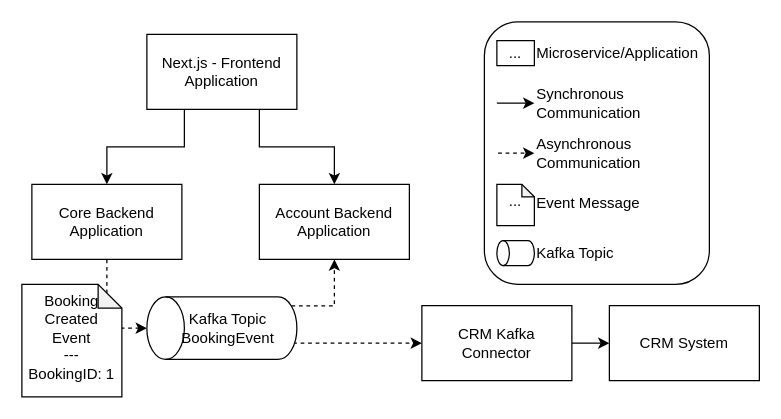
This is assets/drawio/car-services-architecture-overview.drawio from steffenmueller4/steffenmueller4.github.io, a draw.io file, before an edit. Source tidied: cells renumbered, new cells numbered last; positions are measured from the earlier drawing's top-left corner, leaving out a move shared by most shapes. Both pictures are drawn from the tidied source at 125%, with x=0, y=0 at pixel (21, 21).
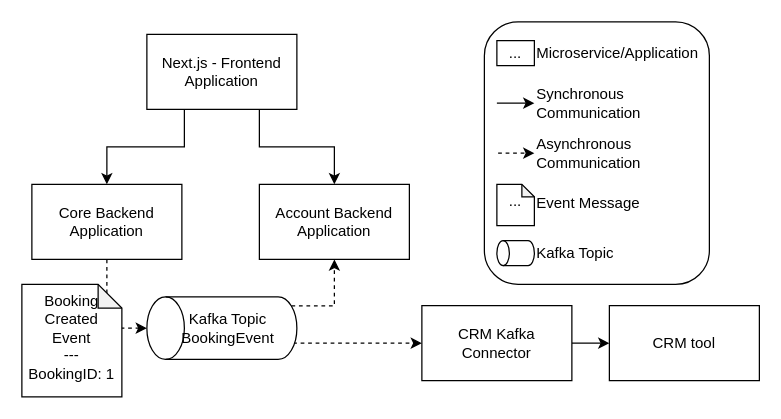
The same diagram, later.

Commit message (it also covers changes not shown here):
Adds a first part of the architecture section.

Change to the diagram source:
```diff
@@
-    <mxCell id="15" value="CRM System" style="rounded=0;whiteSpace=wrap;html=1;" parent="1" vertex="1">
+    <mxCell id="15" value="CRM tool" style="rounded=0;whiteSpace=wrap;html=1;" parent="1" vertex="1">
       <mxGeometry x="470" y="227" width="120" height="60" as="geometry" />
     </mxCell>
```
